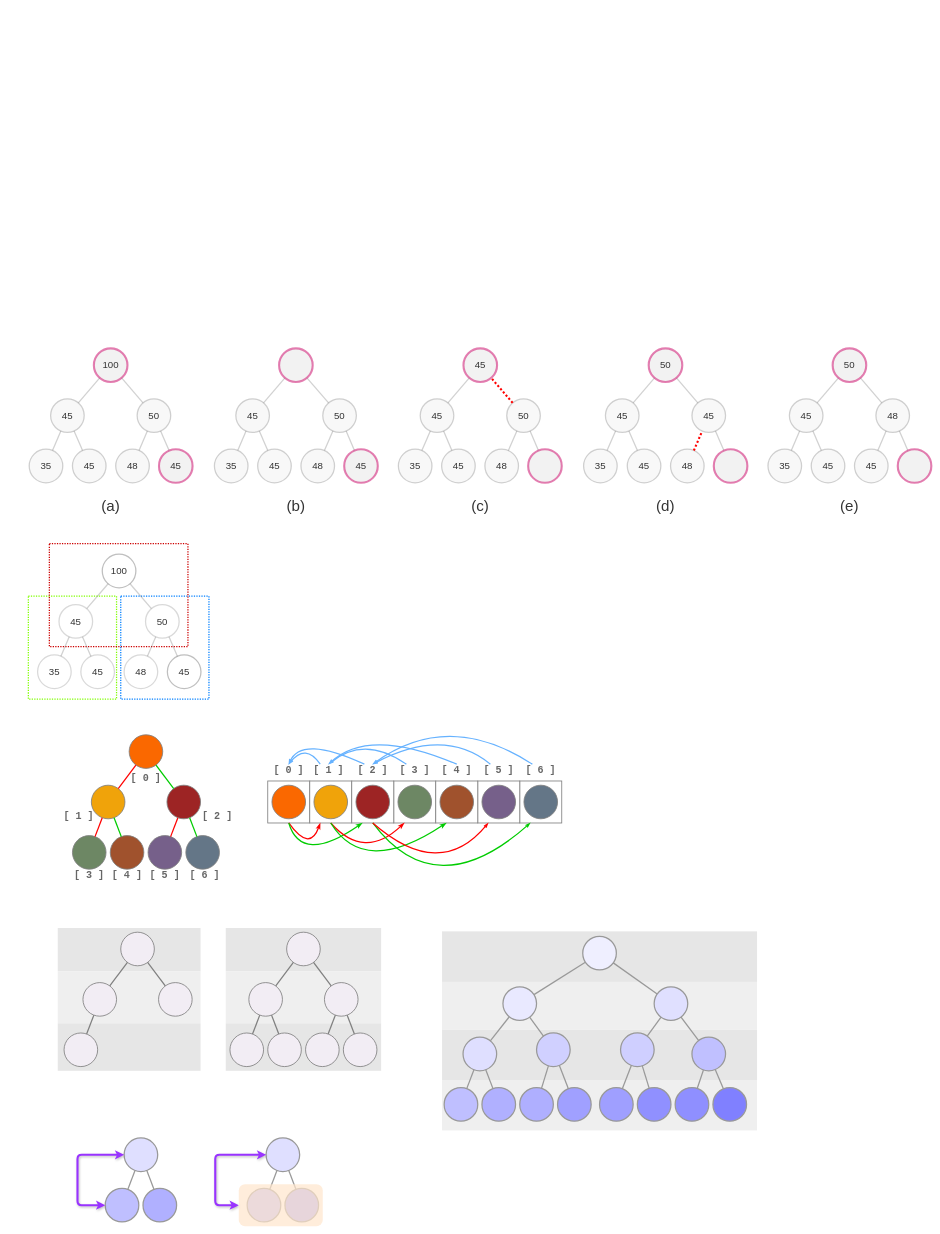
lgreco/images keeps this draw.io diagram as pqueue/pqueue.drawio. Above is the earlier version. Source tidied: cells renumbered, new cells numbered last; positions are measured from the earlier drawing's top-left corner, leaving out a move shared by most shapes. Both pictures are drawn from the tidied source at 42%, with x=0, y=0 at pixel (7, 348).
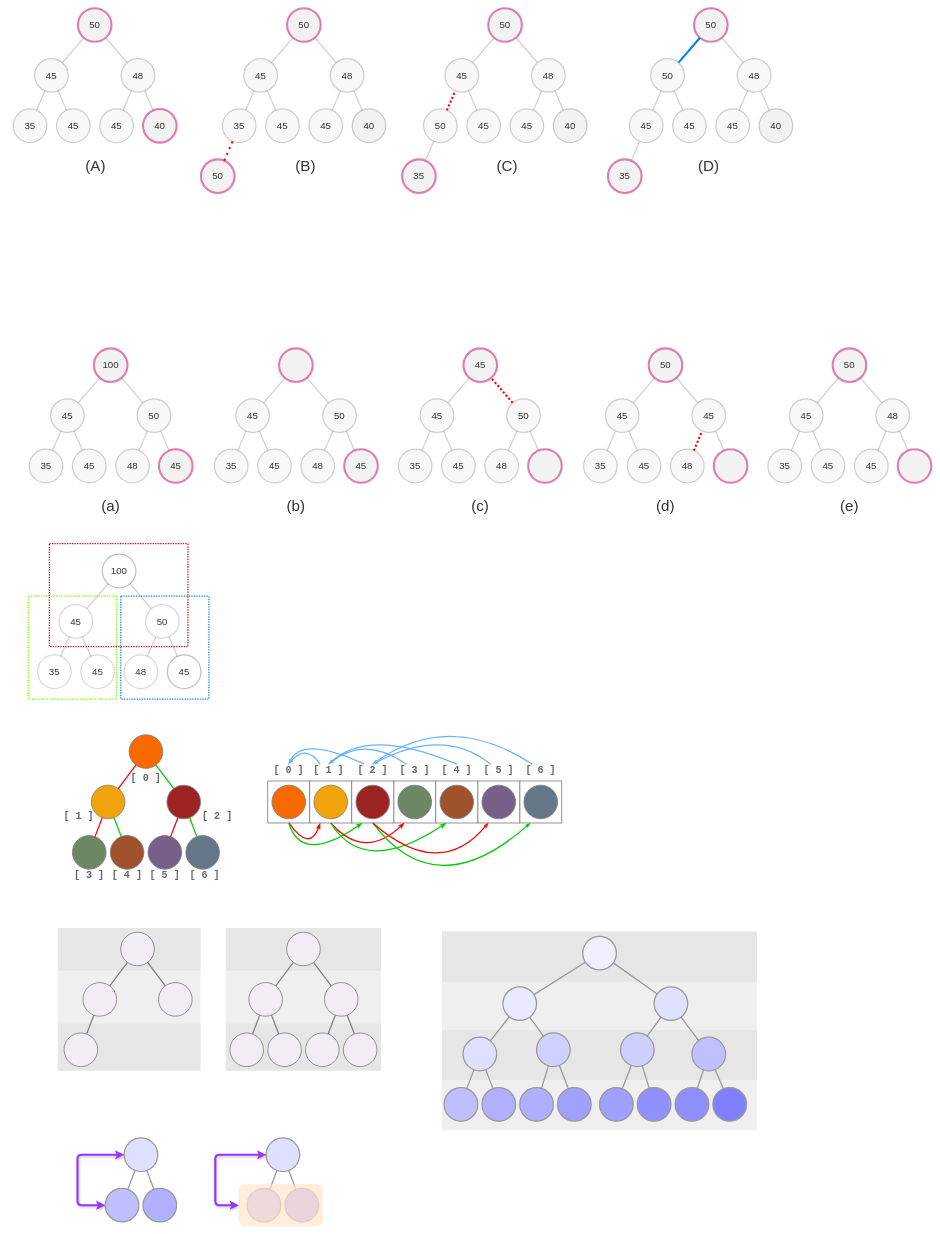
After the change.

What changed in the source:
```diff
@@
+    <mxCell id="220" value="(A)" style="text;html=1;whiteSpace=wrap;strokeColor=none;fillColor=none;align=center;verticalAlign=middle;rounded=0;fontSize=36;fontColor=#333333;" parent="1" vertex="1">
+      <mxGeometry x="180" y="-450" width="60" height="30" as="geometry" />
+    </mxCell>
+    <mxCell id="221" value="(B)" style="text;html=1;whiteSpace=wrap;strokeColor=none;fillColor=none;align=center;verticalAlign=middle;rounded=0;fontSize=36;fontColor=#333333;" parent="1" vertex="1">
+      <mxGeometry x="680" y="-450" width="60" height="30" as="geometry" />
+    </mxCell>
+    <mxCell id="222" value="(C)" style="text;html=1;whiteSpace=wrap;strokeColor=none;fillColor=none;align=center;verticalAlign=middle;rounded=0;fontSize=36;fontColor=#333333;" parent="1" vertex="1">
+      <mxGeometry x="1160" y="-450" width="60" height="30" as="geometry" />
+    </mxCell>
+    <mxCell id="223" value="(D)" style="text;html=1;whiteSpace=wrap;strokeColor=none;fillColor=none;align=center;verticalAlign=middle;rounded=0;fontSize=36;fontColor=#333333;" parent="1" vertex="1">
+      <mxGeometry x="1640" y="-450" width="60" height="30" as="geometry" />
+    </mxCell>
+    <mxCell id="224" style="group;" parent="1" vertex="1">
+      <mxGeometry x="53" y="-810" width="350" height="320" as="geometry" />
+    </mxCell>
+    <mxCell id="225" value="50" style="ellipse;whiteSpace=wrap;html=1;fillColor=#E6E6E6;strokeColor=#CC0066;fontColor=#333333;strokeWidth=5;opacity=50;fontSize=23;" parent="224" vertex="1">
+      <mxGeometry x="115" width="80" height="80" as="geometry" />
+    </mxCell>
+    <mxCell id="226" value="45" style="ellipse;whiteSpace=wrap;html=1;fillColor=#E6E6E6;strokeColor=#666666;fontColor=#333333;strokeWidth=3;opacity=30;fontSize=23;" parent="224" vertex="1">
+      <mxGeometry x="12" y="120" width="80" height="80" as="geometry" />
+    </mxCell>
+    <mxCell id="227" value="48" style="ellipse;whiteSpace=wrap;html=1;fillColor=#E6E6E6;strokeColor=#666666;fontColor=#333333;strokeWidth=3;opacity=30;fontSize=23;" parent="224" vertex="1">
+      <mxGeometry x="218" y="120" width="80" height="80" as="geometry" />
+    </mxCell>
+    <mxCell id="228" value="35" style="ellipse;whiteSpace=wrap;html=1;fillColor=#E6E6E6;strokeColor=#666666;fontColor=#333333;strokeWidth=3;opacity=30;fontSize=23;" parent="224" vertex="1">
+      <mxGeometry x="-39" y="240" width="80" height="80" as="geometry" />
+    </mxCell>
+    <mxCell id="229" value="45" style="ellipse;whiteSpace=wrap;html=1;fillColor=#E6E6E6;strokeColor=#666666;fontColor=#333333;strokeWidth=3;opacity=30;fontSize=23;" parent="224" vertex="1">
+      <mxGeometry x="64" y="240" width="80" height="80" as="geometry" />
+    </mxCell>
+    <mxCell id="230" value="45" style="ellipse;whiteSpace=wrap;html=1;fillColor=#E6E6E6;strokeColor=#666666;fontColor=#333333;strokeWidth=3;opacity=30;fontSize=23;" parent="224" vertex="1">
+      <mxGeometry x="167" y="240" width="80" height="80" as="geometry" />
+    </mxCell>
+    <mxCell id="231" value="40" style="ellipse;whiteSpace=wrap;html=1;fillColor=#E6E6E6;strokeColor=#CC0066;fontColor=#333333;strokeWidth=5;opacity=50;fontSize=23;" parent="224" vertex="1">
+      <mxGeometry x="270" y="240" width="80" height="80" as="geometry" />
+    </mxCell>
+    <mxCell id="232" style="endArrow=none;html=1;rounded=0;strokeWidth=3;strokeColor=#666666;opacity=30;fontSize=23;fontColor=#333333;" parent="224" edge="1" source="226" target="225">
+      <mxGeometry relative="1" as="geometry" />
+    </mxCell>
+    <mxCell id="233" style="endArrow=none;html=1;rounded=0;strokeWidth=3;strokeColor=#666666;opacity=30;fontSize=23;fontColor=#333333;" parent="224" edge="1" source="227" target="225">
+      <mxGeometry relative="1" as="geometry" />
+    </mxCell>
+    <mxCell id="234" style="endArrow=none;html=1;rounded=0;strokeWidth=3;strokeColor=#666666;opacity=30;fontSize=23;fontColor=#333333;" parent="224" edge="1" source="231" target="227">
+      <mxGeometry relative="1" as="geometry" />
+    </mxCell>
+    <mxCell id="235" style="endArrow=none;html=1;rounded=0;strokeWidth=3;strokeColor=#666666;opacity=30;fontSize=23;fontColor=#333333;" parent="224" edge="1" source="230" target="227">
+      <mxGeometry relative="1" as="geometry" />
+    </mxCell>
+    <mxCell id="236" style="endArrow=none;html=1;rounded=0;strokeWidth=3;strokeColor=#666666;opacity=30;fontSize=23;fontColor=#333333;" parent="224" edge="1" source="229" target="226">
+      <mxGeometry relative="1" as="geometry" />
+    </mxCell>
+    <mxCell id="237" style="endArrow=none;html=1;rounded=0;strokeWidth=3;strokeColor=#666666;opacity=30;fontSize=23;fontColor=#333333;" parent="224" edge="1" source="228" target="226">
+      <mxGeometry relative="1" as="geometry" />
+    </mxCell>
+    <mxCell id="238" value="50" style="ellipse;whiteSpace=wrap;html=1;fillColor=#E6E6E6;strokeColor=#CC0066;fontColor=#333333;strokeWidth=5;opacity=50;fontSize=23;" parent="1" vertex="1">
+      <mxGeometry x="461" y="-450" width="80" height="80" as="geometry" />
+    </mxCell>
+    <mxCell id="239" style="endArrow=none;html=1;rounded=0;strokeWidth=5;strokeColor=#FF0000;fontSize=23;fontColor=#333333;dashed=1;dashPattern=1 2;" parent="1" edge="1" source="238" target="244">
+      <mxGeometry relative="1" as="geometry" />
+    </mxCell>
+    <mxCell id="240" style="group;" parent="1" vertex="1">
+      <mxGeometry x="551" y="-810" width="350" height="320" as="geometry" />
+    </mxCell>
+    <mxCell id="241" value="50" style="ellipse;whiteSpace=wrap;html=1;fillColor=#E6E6E6;strokeColor=#CC0066;fontColor=#333333;strokeWidth=5;opacity=50;fontSize=23;" parent="240" vertex="1">
+      <mxGeometry x="115" width="80" height="80" as="geometry" />
+    </mxCell>
+    <mxCell id="242" value="45" style="ellipse;whiteSpace=wrap;html=1;fillColor=#E6E6E6;strokeColor=#666666;fontColor=#333333;strokeWidth=3;opacity=30;fontSize=23;" parent="240" vertex="1">
+      <mxGeometry x="12" y="120" width="80" height="80" as="geometry" />
+    </mxCell>
+    <mxCell id="243" value="48" style="ellipse;whiteSpace=wrap;html=1;fillColor=#E6E6E6;strokeColor=#666666;fontColor=#333333;strokeWidth=3;opacity=30;fontSize=23;" parent="240" vertex="1">
+      <mxGeometry x="218" y="120" width="80" height="80" as="geometry" />
+    </mxCell>
+    <mxCell id="244" value="35" style="ellipse;whiteSpace=wrap;html=1;fillColor=#E6E6E6;strokeColor=#666666;fontColor=#333333;strokeWidth=3;opacity=30;fontSize=23;" parent="240" vertex="1">
+      <mxGeometry x="-39" y="240" width="80" height="80" as="geometry" />
+    </mxCell>
+    <mxCell id="245" value="45" style="ellipse;whiteSpace=wrap;html=1;fillColor=#E6E6E6;strokeColor=#666666;fontColor=#333333;strokeWidth=3;opacity=30;fontSize=23;" parent="240" vertex="1">
+      <mxGeometry x="64" y="240" width="80" height="80" as="geometry" />
+    </mxCell>
+    <mxCell id="246" value="45" style="ellipse;whiteSpace=wrap;html=1;fillColor=#E6E6E6;strokeColor=#666666;fontColor=#333333;strokeWidth=3;opacity=30;fontSize=23;" parent="240" vertex="1">
+      <mxGeometry x="167" y="240" width="80" height="80" as="geometry" />
+    </mxCell>
+    <mxCell id="247" value="40" style="ellipse;whiteSpace=wrap;html=1;fillColor=#E6E6E6;strokeColor=#999999;fontColor=#333333;strokeWidth=3;opacity=50;fontSize=23;" parent="240" vertex="1">
+      <mxGeometry x="270" y="240" width="80" height="80" as="geometry" />
+    </mxCell>
+    <mxCell id="248" style="endArrow=none;html=1;rounded=0;strokeWidth=3;strokeColor=#666666;opacity=30;fontSize=23;fontColor=#333333;" parent="240" edge="1" source="242" target="241">
+      <mxGeometry relative="1" as="geometry" />
+    </mxCell>
+    <mxCell id="249" style="endArrow=none;html=1;rounded=0;strokeWidth=3;strokeColor=#666666;opacity=30;fontSize=23;fontColor=#333333;" parent="240" edge="1" source="243" target="241">
+      <mxGeometry relative="1" as="geometry" />
+    </mxCell>
+    <mxCell id="250" style="endArrow=none;html=1;rounded=0;strokeWidth=3;strokeColor=#666666;opacity=30;fontSize=23;fontColor=#333333;" parent="240" edge="1" source="247" target="243">
+      <mxGeometry relative="1" as="geometry" />
+    </mxCell>
+    <mxCell id="251" style="endArrow=none;html=1;rounded=0;strokeWidth=3;strokeColor=#666666;opacity=30;fontSize=23;fontColor=#333333;" parent="240" edge="1" source="246" target="243">
+      <mxGeometry relative="1" as="geometry" />
+    </mxCell>
+    <mxCell id="252" style="endArrow=none;html=1;rounded=0;strokeWidth=3;strokeColor=#666666;opacity=30;fontSize=23;fontColor=#333333;" parent="240" edge="1" source="245" target="242">
+      <mxGeometry relative="1" as="geometry" />
+    </mxCell>
+    <mxCell id="253" style="endArrow=none;html=1;rounded=0;strokeWidth=3;strokeColor=#666666;opacity=30;fontSize=23;fontColor=#333333;" parent="240" edge="1" source="244" target="242">
+      <mxGeometry relative="1" as="geometry" />
+    </mxCell>
+    <mxCell id="254" value="35" style="ellipse;whiteSpace=wrap;html=1;fillColor=#E6E6E6;strokeColor=#CC0066;fontColor=#333333;strokeWidth=5;opacity=50;fontSize=23;" parent="1" vertex="1">
+      <mxGeometry x="940" y="-450" width="80" height="80" as="geometry" />
+    </mxCell>
+    <mxCell id="255" style="endArrow=none;html=1;rounded=0;strokeWidth=3;strokeColor=#666666;opacity=30;fontSize=23;fontColor=#333333;" parent="1" edge="1" source="254" target="260">
+      <mxGeometry relative="1" as="geometry" />
+    </mxCell>
+    <mxCell id="256" style="group;" parent="1" vertex="1">
+      <mxGeometry x="1030" y="-810" width="350" height="320" as="geometry" />
+    </mxCell>
+    <mxCell id="257" value="50" style="ellipse;whiteSpace=wrap;html=1;fillColor=#E6E6E6;strokeColor=#CC0066;fontColor=#333333;strokeWidth=5;opacity=50;fontSize=23;" parent="256" vertex="1">
+      <mxGeometry x="115" width="80" height="80" as="geometry" />
+    </mxCell>
+    <mxCell id="258" value="45" style="ellipse;whiteSpace=wrap;html=1;fillColor=#E6E6E6;strokeColor=#666666;fontColor=#333333;strokeWidth=3;opacity=30;fontSize=23;" parent="256" vertex="1">
+      <mxGeometry x="12" y="120" width="80" height="80" as="geometry" />
+    </mxCell>
+    <mxCell id="259" value="48" style="ellipse;whiteSpace=wrap;html=1;fillColor=#E6E6E6;strokeColor=#666666;fontColor=#333333;strokeWidth=3;opacity=30;fontSize=23;" parent="256" vertex="1">
+      <mxGeometry x="218" y="120" width="80" height="80" as="geometry" />
+    </mxCell>
+    <mxCell id="260" value="50" style="ellipse;whiteSpace=wrap;html=1;fillColor=#E6E6E6;strokeColor=#666666;fontColor=#333333;strokeWidth=3;opacity=30;fontSize=23;" parent="256" vertex="1">
+      <mxGeometry x="-39" y="240" width="80" height="80" as="geometry" />
+    </mxCell>
+    <mxCell id="261" value="45" style="ellipse;whiteSpace=wrap;html=1;fillColor=#E6E6E6;strokeColor=#666666;fontColor=#333333;strokeWidth=3;opacity=30;fontSize=23;" parent="256" vertex="1">
+      <mxGeometry x="64" y="240" width="80" height="80" as="geometry" />
+    </mxCell>
+    <mxCell id="262" value="45" style="ellipse;whiteSpace=wrap;html=1;fillColor=#E6E6E6;strokeColor=#666666;fontColor=#333333;strokeWidth=3;opacity=30;fontSize=23;" parent="256" vertex="1">
+      <mxGeometry x="167" y="240" width="80" height="80" as="geometry" />
+    </mxCell>
+    <mxCell id="263" value="40" style="ellipse;whiteSpace=wrap;html=1;fillColor=#E6E6E6;strokeColor=#999999;fontColor=#333333;strokeWidth=3;opacity=50;fontSize=23;" parent="256" vertex="1">
+      <mxGeometry x="270" y="240" width="80" height="80" as="geometry" />
+    </mxCell>
+    <mxCell id="264" style="endArrow=none;html=1;rounded=0;strokeWidth=3;strokeColor=#666666;opacity=30;fontSize=23;fontColor=#333333;" parent="256" edge="1" source="258" target="257">
+      <mxGeometry relative="1" as="geometry" />
+    </mxCell>
+    <mxCell id="265" style="endArrow=none;html=1;rounded=0;strokeWidth=3;strokeColor=#666666;opacity=30;fontSize=23;fontColor=#333333;" parent="256" edge="1" source="259" target="257">
+      <mxGeometry relative="1" as="geometry" />
+    </mxCell>
+    <mxCell id="266" style="endArrow=none;html=1;rounded=0;strokeWidth=3;strokeColor=#666666;opacity=30;fontSize=23;fontColor=#333333;" parent="256" edge="1" source="263" target="259">
+      <mxGeometry relative="1" as="geometry" />
+    </mxCell>
+    <mxCell id="267" style="endArrow=none;html=1;rounded=0;strokeWidth=3;strokeColor=#666666;opacity=30;fontSize=23;fontColor=#333333;" parent="256" edge="1" source="262" target="259">
+      <mxGeometry relative="1" as="geometry" />
+    </mxCell>
+    <mxCell id="268" style="endArrow=none;html=1;rounded=0;strokeWidth=3;strokeColor=#666666;opacity=30;fontSize=23;fontColor=#333333;" parent="256" edge="1" source="261" target="258">
+      <mxGeometry relative="1" as="geometry" />
+    </mxCell>
+    <mxCell id="269" style="endArrow=none;html=1;rounded=0;strokeWidth=5;strokeColor=#FF0000;fontSize=23;fontColor=#333333;dashed=1;dashPattern=1 1;" parent="256" edge="1" source="260" target="258">
+      <mxGeometry relative="1" as="geometry" />
+    </mxCell>
+    <mxCell id="270" value="35" style="ellipse;whiteSpace=wrap;html=1;fillColor=#E6E6E6;strokeColor=#CC0066;fontColor=#333333;strokeWidth=5;opacity=50;fontSize=23;" parent="1" vertex="1">
+      <mxGeometry x="1430" y="-450" width="80" height="80" as="geometry" />
+    </mxCell>
+    <mxCell id="271" style="endArrow=none;html=1;rounded=0;strokeWidth=3;strokeColor=#666666;opacity=30;fontSize=23;fontColor=#333333;" parent="1" edge="1" source="270" target="276">
+      <mxGeometry relative="1" as="geometry" />
+    </mxCell>
+    <mxCell id="272" style="group;" parent="1" vertex="1">
+      <mxGeometry x="1520" y="-810" width="350" height="320" as="geometry" />
+    </mxCell>
+    <mxCell id="273" value="50" style="ellipse;whiteSpace=wrap;html=1;fillColor=#E6E6E6;strokeColor=#CC0066;fontColor=#333333;strokeWidth=5;opacity=50;fontSize=23;" parent="272" vertex="1">
+      <mxGeometry x="115" width="80" height="80" as="geometry" />
+    </mxCell>
+    <mxCell id="274" value="50" style="ellipse;whiteSpace=wrap;html=1;fillColor=#E6E6E6;strokeColor=#666666;fontColor=#333333;strokeWidth=3;opacity=30;fontSize=23;" parent="272" vertex="1">
+      <mxGeometry x="12" y="120" width="80" height="80" as="geometry" />
+    </mxCell>
+    <mxCell id="275" value="48" style="ellipse;whiteSpace=wrap;html=1;fillColor=#E6E6E6;strokeColor=#666666;fontColor=#333333;strokeWidth=3;opacity=30;fontSize=23;" parent="272" vertex="1">
+      <mxGeometry x="218" y="120" width="80" height="80" as="geometry" />
+    </mxCell>
+    <mxCell id="276" value="45" style="ellipse;whiteSpace=wrap;html=1;fillColor=#E6E6E6;strokeColor=#666666;fontColor=#333333;strokeWidth=3;opacity=30;fontSize=23;" parent="272" vertex="1">
+      <mxGeometry x="-39" y="240" width="80" height="80" as="geometry" />
+    </mxCell>
+    <mxCell id="277" value="45" style="ellipse;whiteSpace=wrap;html=1;fillColor=#E6E6E6;strokeColor=#666666;fontColor=#333333;strokeWidth=3;opacity=30;fontSize=23;" parent="272" vertex="1">
+      <mxGeometry x="64" y="240" width="80" height="80" as="geometry" />
+    </mxCell>
+    <mxCell id="278" value="45" style="ellipse;whiteSpace=wrap;html=1;fillColor=#E6E6E6;strokeColor=#666666;fontColor=#333333;strokeWidth=3;opacity=30;fontSize=23;" parent="272" vertex="1">
+      <mxGeometry x="167" y="240" width="80" height="80" as="geometry" />
+    </mxCell>
+    <mxCell id="279" value="40" style="ellipse;whiteSpace=wrap;html=1;fillColor=#E6E6E6;strokeColor=#999999;fontColor=#333333;strokeWidth=3;opacity=50;fontSize=23;" parent="272" vertex="1">
+      <mxGeometry x="270" y="240" width="80" height="80" as="geometry" />
+    </mxCell>
+    <mxCell id="280" style="endArrow=none;html=1;rounded=0;strokeWidth=5;strokeColor=#007FFF;fontSize=23;fontColor=#333333;" parent="272" edge="1" source="274" target="273">
+      <mxGeometry relative="1" as="geometry" />
+    </mxCell>
+    <mxCell id="281" style="endArrow=none;html=1;rounded=0;strokeWidth=3;strokeColor=#666666;opacity=30;fontSize=23;fontColor=#333333;" parent="272" edge="1" source="275" target="273">
+      <mxGeometry relative="1" as="geometry" />
+    </mxCell>
+    <mxCell id="282" style="endArrow=none;html=1;rounded=0;strokeWidth=3;strokeColor=#666666;opacity=30;fontSize=23;fontColor=#333333;" parent="272" edge="1" source="279" target="275">
+      <mxGeometry relative="1" as="geometry" />
+    </mxCell>
+    <mxCell id="283" style="endArrow=none;html=1;rounded=0;strokeWidth=3;strokeColor=#666666;opacity=30;fontSize=23;fontColor=#333333;" parent="272" edge="1" source="278" target="275">
+      <mxGeometry relative="1" as="geometry" />
+    </mxCell>
+    <mxCell id="284" style="endArrow=none;html=1;rounded=0;strokeWidth=3;strokeColor=#666666;opacity=30;fontSize=23;fontColor=#333333;" parent="272" edge="1" source="277" target="274">
+      <mxGeometry relative="1" as="geometry" />
+    </mxCell>
+    <mxCell id="285" style="endArrow=none;html=1;rounded=0;strokeWidth=3;strokeColor=#666666;opacity=30;fontSize=23;fontColor=#333333;" parent="272" edge="1" source="276" target="274">
+      <mxGeometry relative="1" as="geometry" />
+    </mxCell>
```
